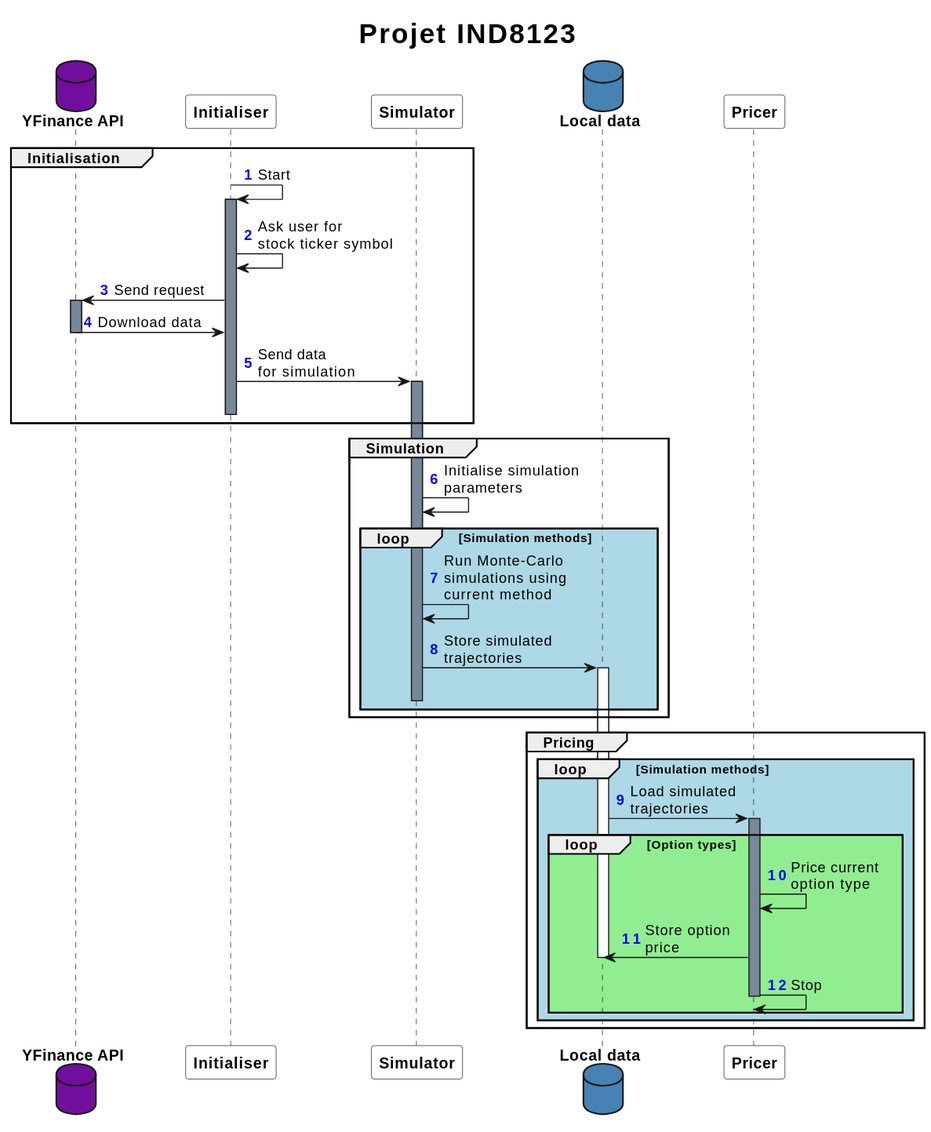
romainmrad/Exotic_options_pricing keeps this PlantUML diagram as docs/sequence.svg. Above is the earlier version.
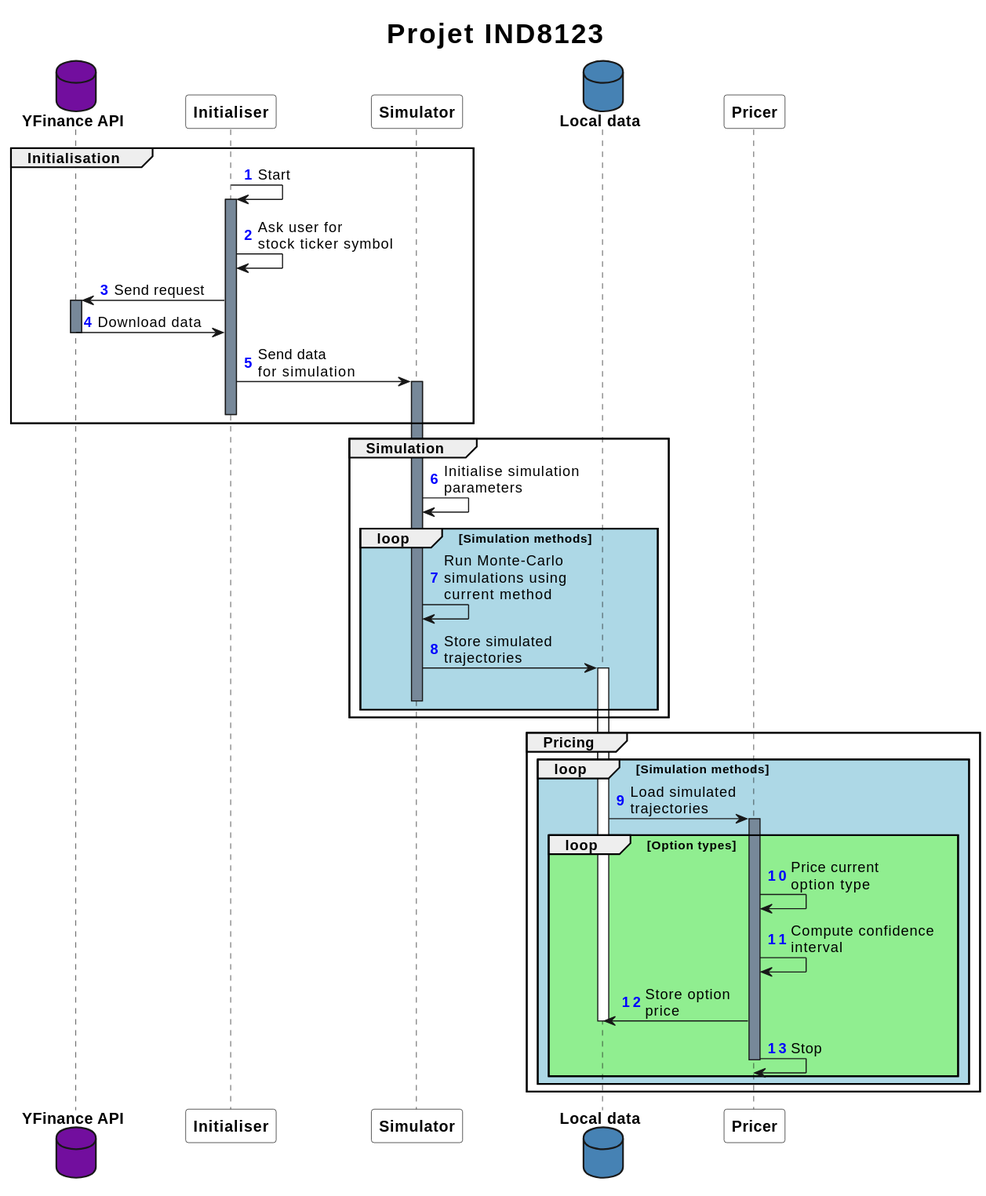
After the commit.

Diff of the diagram source:
```diff
@@ -47,6 +47,7 @@
 activate Pricer #LightSlateGrey
 loop #LightGreen Option types
 Pricer->Pricer: Price current\noption type
+Pricer->Pricer: Compute confidence\ninterval
 Pricer->"Local data": Store option\nprice
 deactivate "Local data"
 Pricer->Pricer: Stop
```
